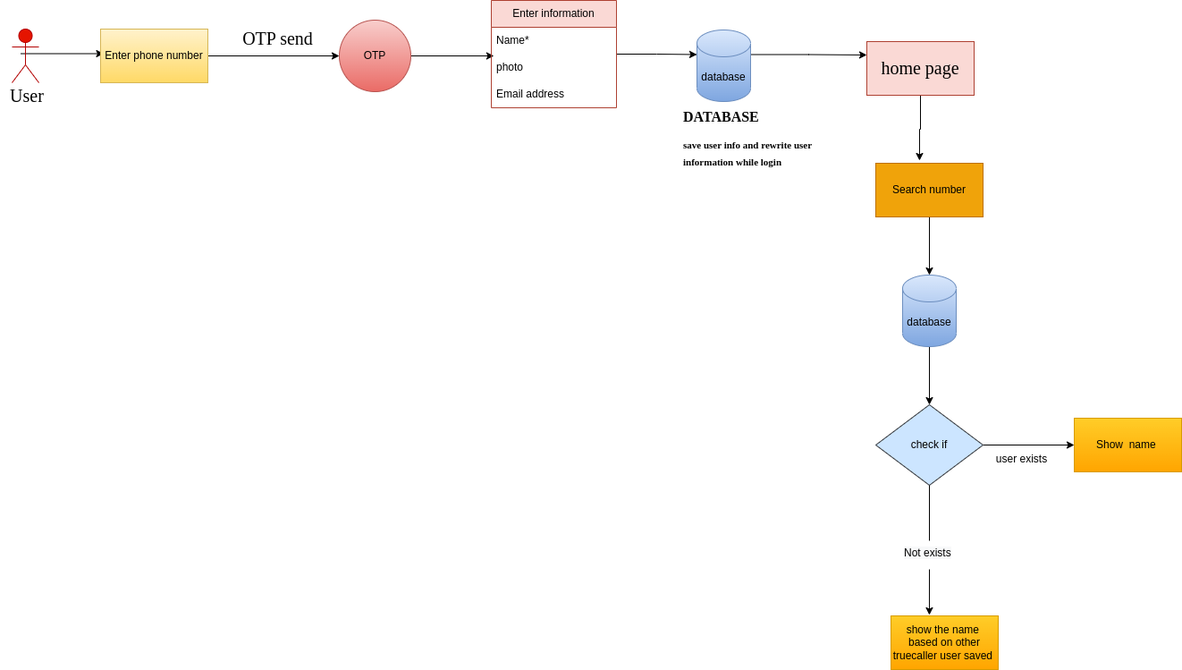
Bhaveshkadam/Truecaller keeps this draw.io diagram as LLD/LLD-FLOW.drawio.png. Above is the earlier version. Source tidied: cells renumbered, new cells last; positions are measured from the earlier drawing's top-left corner, leaving out a move shared by most shapes.
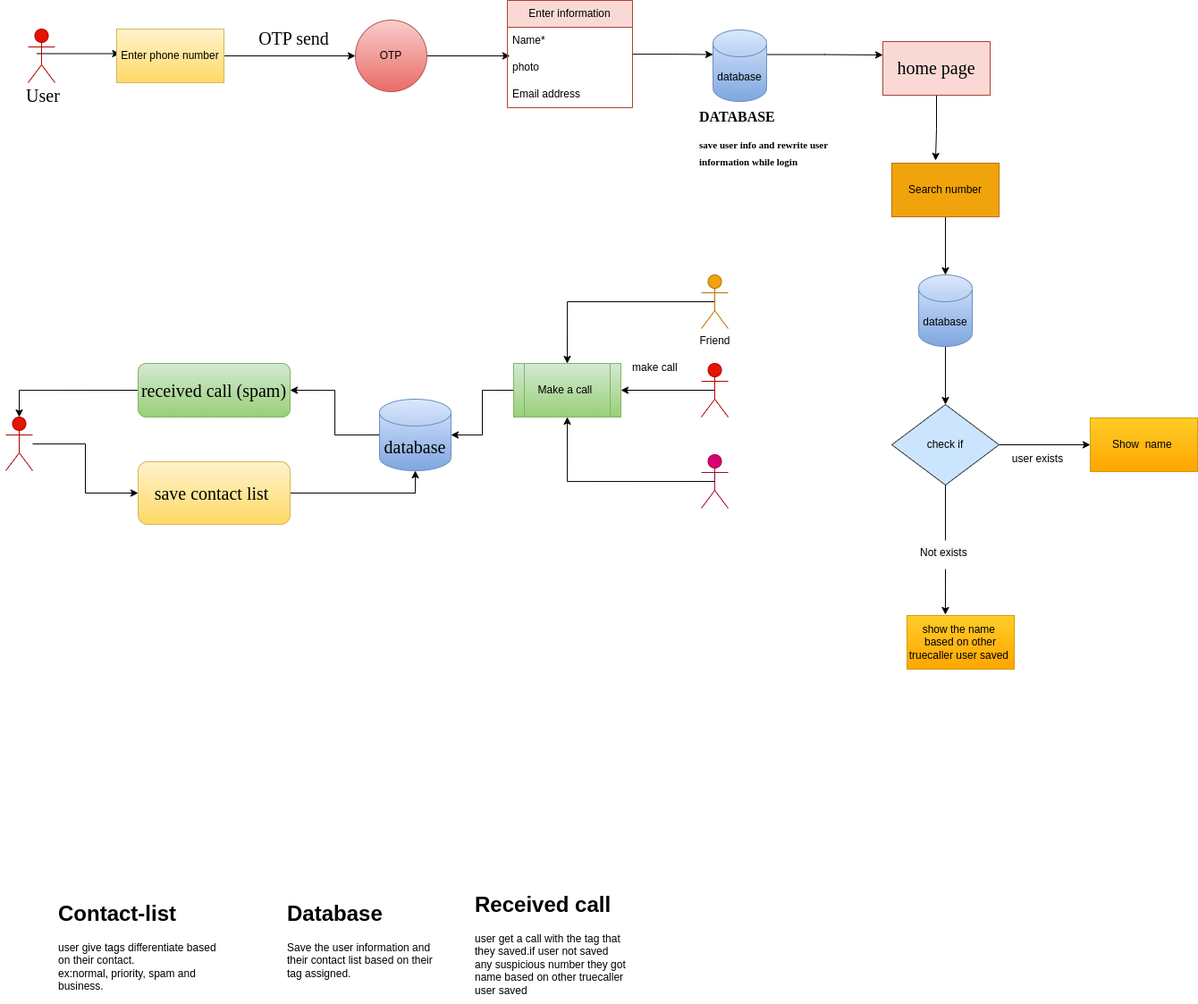
Later version of the same file.

What changed in the source:
```diff
@@ -97,5 +97,70 @@
     <mxCell id="31" value="&lt;h1&gt;&lt;span style=&quot;background-color: initial;&quot;&gt;&lt;font face=&quot;Times New Roman&quot;&gt;DATABASE&lt;/font&gt;&lt;/span&gt;&lt;/h1&gt;&lt;h1&gt;&lt;span style=&quot;background-color: initial;&quot;&gt;&lt;font face=&quot;Times New Roman&quot; style=&quot;font-size: 11px;&quot;&gt;save user info and rewrite user information while login&amp;nbsp;&lt;/font&gt;&lt;/span&gt;&lt;br&gt;&lt;/h1&gt;" style="text;html=1;strokeColor=none;fillColor=none;spacing=5;spacingTop=-20;whiteSpace=wrap;overflow=hidden;rounded=0;hachureGap=4;fontFamily=Architects Daughter;fontSource=https%3A%2F%2Ffonts.googleapis.com%2Fcss%3Ffamily%3DArchitects%2BDaughter;fontSize=8;fontColor=#030303;" parent="1" vertex="1">
       <mxGeometry x="759" y="120" width="160" height="70" as="geometry" />
     </mxCell>
+    <mxCell id="32" style="edgeStyle=orthogonalEdgeStyle;rounded=0;jettySize=auto;html=1;entryX=0;entryY=0.5;entryDx=0;entryDy=0;" parent="1" edge="1" source="33" target="38">
+      <mxGeometry relative="1" as="geometry" />
+    </mxCell>
+    <mxCell id="33" value="User&amp;nbsp;" style="shape=umlActor;verticalLabelPosition=bottom;verticalAlign=top;html=1;outlineConnect=0;rounded=0;glass=0;hachureGap=4;fontFamily=Times New Roman;fontSize=20;fontColor=#ffffff;fillColor=#e51400;strokeColor=#B20000;" parent="1" vertex="1">
+      <mxGeometry x="-12" y="466" width="30" height="60" as="geometry" />
+    </mxCell>
+    <mxCell id="34" style="edgeStyle=orthogonalEdgeStyle;hachureGap=4;jettySize=auto;html=1;exitX=0;exitY=0.75;exitDx=0;exitDy=0;fontFamily=Times New Roman;fontSize=20;fontColor=#030303;rounded=0;strokeColor=none;" parent="1" edge="1" source="36">
+      <mxGeometry relative="1" as="geometry">
+        <mxPoint x="46" y="476" as="targetPoint" />
+      </mxGeometry>
+    </mxCell>
+    <mxCell id="35" style="edgeStyle=orthogonalEdgeStyle;rounded=0;jettySize=auto;html=1;exitX=0;exitY=0.5;exitDx=0;exitDy=0;entryX=0.5;entryY=0;entryDx=0;entryDy=0;entryPerimeter=0;" parent="1" edge="1" source="36" target="33">
+      <mxGeometry relative="1" as="geometry" />
+    </mxCell>
+    <mxCell id="36" value="received call (spam)" style="rounded=1;whiteSpace=wrap;html=1;glass=0;hachureGap=4;fontFamily=Times New Roman;fontSize=20;fillColor=#d5e8d4;gradientColor=#97d077;strokeColor=#82b366;" parent="1" vertex="1">
+      <mxGeometry x="136" y="406" width="170" height="60" as="geometry" />
+    </mxCell>
+    <mxCell id="37" style="edgeStyle=orthogonalEdgeStyle;rounded=0;jettySize=auto;html=1;exitX=1;exitY=0.5;exitDx=0;exitDy=0;entryX=0.5;entryY=1;entryDx=0;entryDy=0;entryPerimeter=0;" parent="1" edge="1" source="38" target="40">
+      <mxGeometry relative="1" as="geometry" />
+    </mxCell>
+    <mxCell id="38" value="save contact list&amp;nbsp;" style="rounded=1;whiteSpace=wrap;html=1;glass=0;hachureGap=4;fontFamily=Times New Roman;fontSize=20;fillColor=#fff2cc;gradientColor=#ffd966;strokeColor=#d6b656;" parent="1" vertex="1">
+      <mxGeometry x="136" y="516" width="170" height="70" as="geometry" />
+    </mxCell>
+    <mxCell id="39" style="edgeStyle=orthogonalEdgeStyle;rounded=0;jettySize=auto;html=1;exitX=0;exitY=0.5;exitDx=0;exitDy=0;exitPerimeter=0;entryX=1;entryY=0.5;entryDx=0;entryDy=0;" parent="1" edge="1" source="40" target="36">
+      <mxGeometry relative="1" as="geometry" />
+    </mxCell>
+    <mxCell id="40" value="database" style="shape=cylinder3;whiteSpace=wrap;html=1;boundedLbl=1;backgroundOutline=1;size=15;rounded=0;glass=0;hachureGap=4;fontFamily=Times New Roman;fontSize=20;fillColor=#dae8fc;gradientColor=#7ea6e0;strokeColor=#6c8ebf;" parent="1" vertex="1">
+      <mxGeometry x="406" y="446" width="80" height="80" as="geometry" />
+    </mxCell>
+    <mxCell id="41" style="edgeStyle=orthogonalEdgeStyle;rounded=0;jettySize=auto;html=1;exitX=0.5;exitY=0.5;exitDx=0;exitDy=0;exitPerimeter=0;entryX=1;entryY=0.5;entryDx=0;entryDy=0;" parent="1" edge="1" source="42" target="50">
+      <mxGeometry relative="1" as="geometry" />
+    </mxCell>
+    <mxCell id="42" value="scammer" style="shape=umlActor;verticalLabelPosition=bottom;verticalAlign=top;html=1;outlineConnect=0;fillColor=#e51400;fontColor=#ffffff;strokeColor=#B20000;" parent="1" vertex="1">
+      <mxGeometry x="766" y="406" width="30" height="60" as="geometry" />
+    </mxCell>
+    <mxCell id="43" style="edgeStyle=orthogonalEdgeStyle;rounded=0;jettySize=auto;html=1;exitX=0.5;exitY=0.5;exitDx=0;exitDy=0;exitPerimeter=0;entryX=0.5;entryY=1;entryDx=0;entryDy=0;" parent="1" edge="1" source="44" target="50">
+      <mxGeometry relative="1" as="geometry" />
+    </mxCell>
+    <mxCell id="44" value="boss&amp;nbsp;" style="shape=umlActor;verticalLabelPosition=bottom;verticalAlign=top;html=1;outlineConnect=0;fillColor=#d80073;fontColor=#ffffff;strokeColor=#A50040;" parent="1" vertex="1">
+      <mxGeometry x="766" y="508" width="30" height="60" as="geometry" />
+    </mxCell>
+    <mxCell id="45" style="edgeStyle=orthogonalEdgeStyle;rounded=0;jettySize=auto;html=1;exitX=0.5;exitY=0.5;exitDx=0;exitDy=0;exitPerimeter=0;entryX=0.5;entryY=0;entryDx=0;entryDy=0;" parent="1" edge="1" source="46" target="50">
+      <mxGeometry relative="1" as="geometry" />
+    </mxCell>
+    <mxCell id="46" value="Friend" style="shape=umlActor;verticalLabelPosition=bottom;verticalAlign=top;html=1;outlineConnect=0;fillColor=#f0a30a;fontColor=#000000;strokeColor=#BD7000;" parent="1" vertex="1">
+      <mxGeometry x="766" y="307" width="30" height="60" as="geometry" />
+    </mxCell>
+    <mxCell id="47" value="&lt;h1&gt;Contact-list&lt;/h1&gt;&lt;div&gt;user give tags differentiate based on their contact.&lt;/div&gt;&lt;div&gt;ex:normal, priority, spam and business.&lt;/div&gt;" style="text;html=1;strokeColor=none;fillColor=none;spacing=5;spacingTop=-20;whiteSpace=wrap;overflow=hidden;rounded=0;" parent="1" vertex="1">
+      <mxGeometry x="42" y="1002" width="190" height="120" as="geometry" />
+    </mxCell>
+    <mxCell id="48" value="&lt;h1&gt;Database&lt;/h1&gt;&lt;p&gt;Save the user information and their contact list based on their tag assigned.&lt;/p&gt;" style="text;html=1;strokeColor=none;fillColor=none;spacing=5;spacingTop=-20;whiteSpace=wrap;overflow=hidden;rounded=0;" parent="1" vertex="1">
+      <mxGeometry x="298" y="1002" width="190" height="120" as="geometry" />
+    </mxCell>
+    <mxCell id="49" style="edgeStyle=orthogonalEdgeStyle;rounded=0;jettySize=auto;html=1;exitX=0;exitY=0.5;exitDx=0;exitDy=0;entryX=1;entryY=0.5;entryDx=0;entryDy=0;entryPerimeter=0;" parent="1" edge="1" source="50" target="40">
+      <mxGeometry relative="1" as="geometry" />
+    </mxCell>
+    <mxCell id="50" value="Make a call&amp;nbsp;" style="shape=process;whiteSpace=wrap;html=1;backgroundOutline=1;fillColor=#d5e8d4;gradientColor=#97d077;strokeColor=#82b366;" parent="1" vertex="1">
+      <mxGeometry x="556" y="406" width="120" height="60" as="geometry" />
+    </mxCell>
+    <mxCell id="51" value="&lt;h1&gt;Received call&lt;/h1&gt;&lt;div&gt;user get a call with the tag that they saved.if user not saved any&amp;nbsp;suspicious number they got name&amp;nbsp;based on other truecaller user saved&amp;nbsp;&lt;/div&gt;" style="text;html=1;strokeColor=none;fillColor=none;spacing=5;spacingTop=-20;whiteSpace=wrap;overflow=hidden;rounded=0;" parent="1" vertex="1">
+      <mxGeometry x="508" y="992" width="190" height="120" as="geometry" />
+    </mxCell>
+    <mxCell id="52" value="make call&amp;nbsp;" style="text;html=1;strokeColor=none;fillColor=none;align=center;verticalAlign=middle;whiteSpace=wrap;rounded=0;" parent="1" vertex="1">
+      <mxGeometry x="686" y="396" width="60" height="30" as="geometry" />
+    </mxCell>
   </root>
 </mxGraphModel>
```
